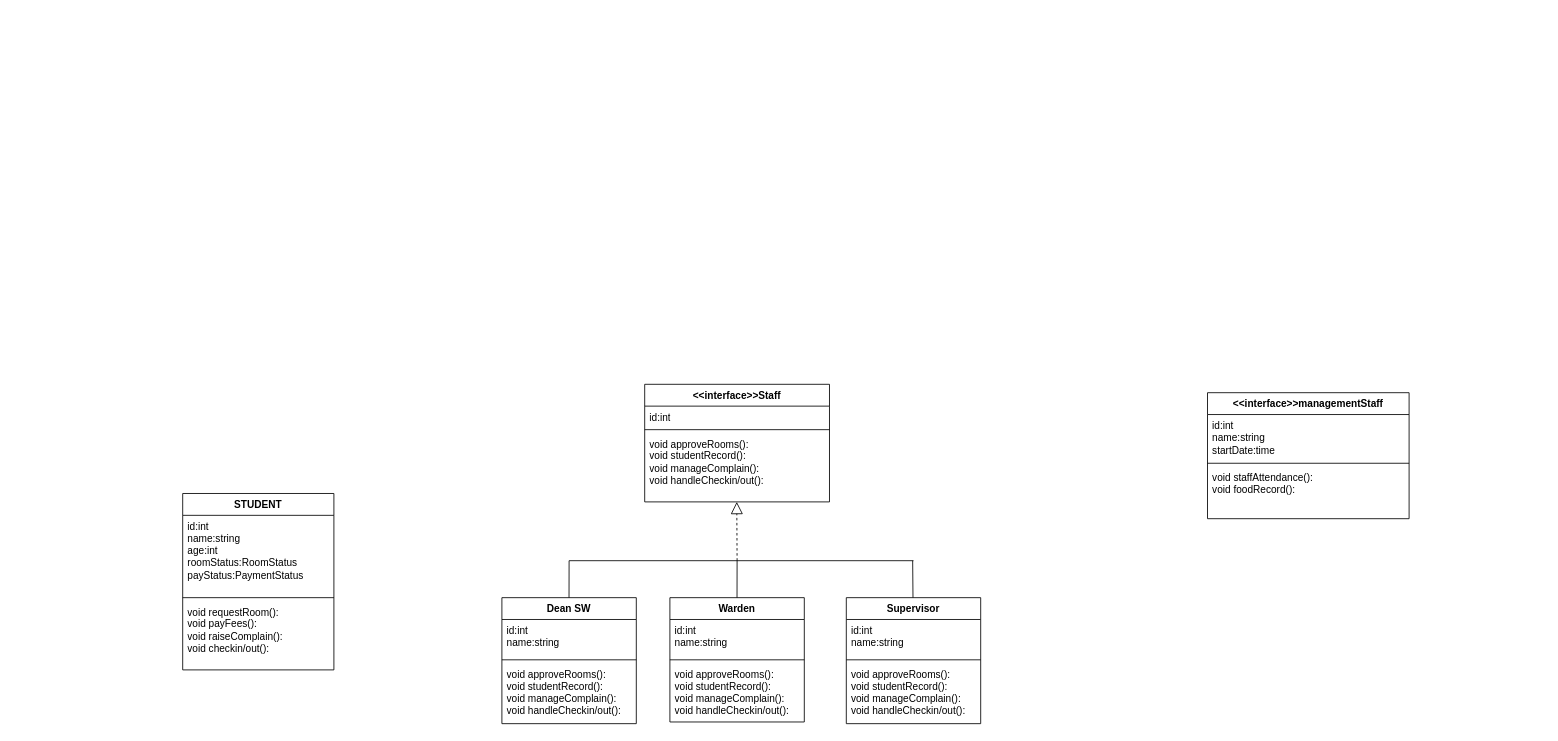
Above: HOSTEL MAN_CLASS_DIAGRAM.drawio in Sumitsingh74/draw.io (draw.io), before the change. Source tidied: cells renumbered, new cells numbered last; positions are measured from the earlier drawing's top-left corner, leaving out a move shared by most shapes. Both pictures are drawn from the tidied source at 84%, with x=0, y=0 at pixel (182, 384).
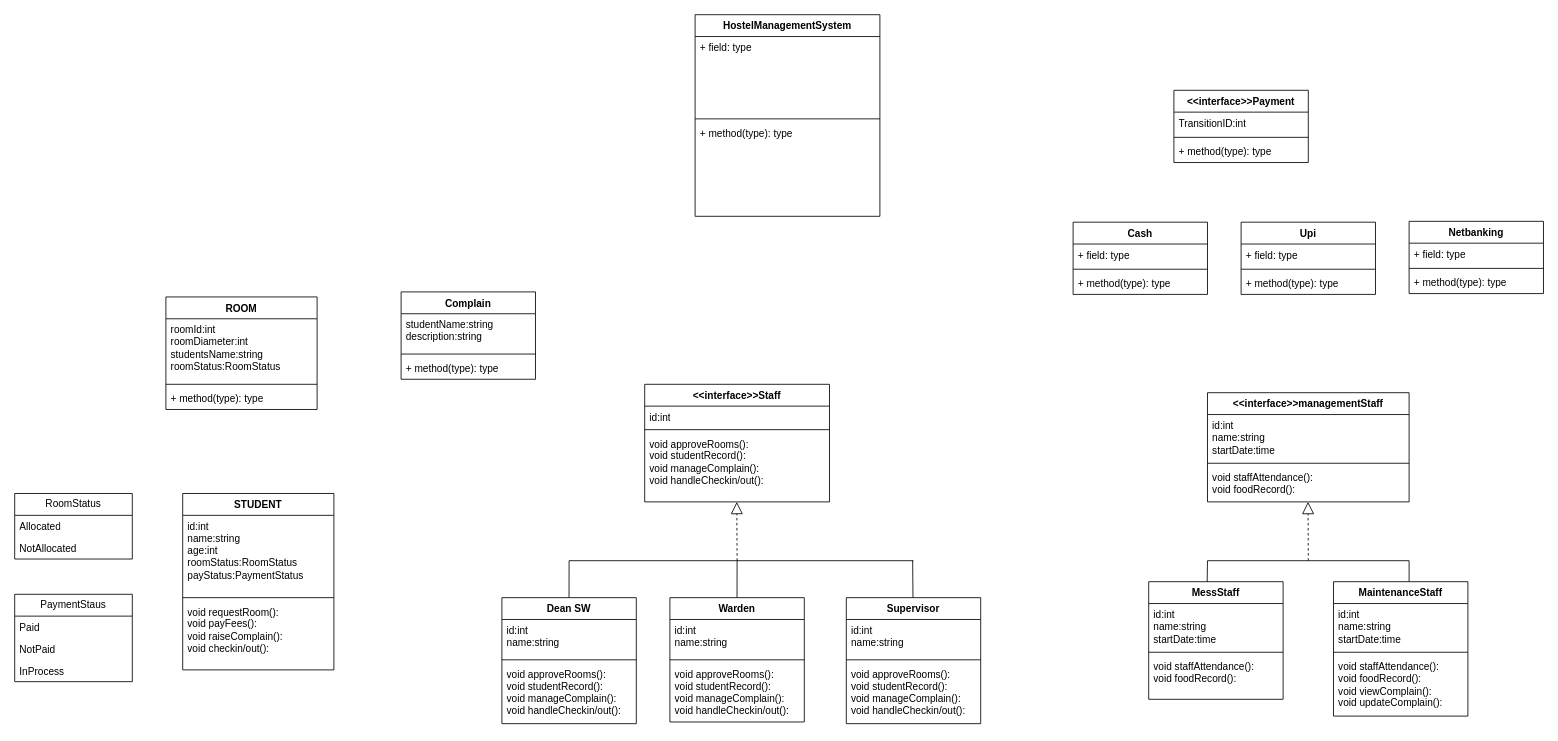
After the change.

Diff of the diagram source:
```diff
@@
     <mxCell id="27" value="&amp;lt;&amp;lt;interface&amp;gt;&amp;gt;managementStaff" style="swimlane;fontStyle=1;align=center;verticalAlign=top;horizontal=1;startSize=26;whiteSpace=wrap;html=1;" parent="1" vertex="1">
-      <mxGeometry x="1220" y="10" width="240" height="150" as="geometry" />
+      <mxGeometry x="1220" y="10" width="240" height="130" as="geometry" />
     </mxCell>
@@
     <mxCell id="30" value="void staffAttendance():&lt;div&gt;void foodRecord():&lt;/div&gt;" style="text;strokeColor=none;fillColor=none;align=left;verticalAlign=top;spacingLeft=4;spacingRight=4;overflow=hidden;whiteSpace=wrap;html=1;" parent="27" vertex="1">
-      <mxGeometry y="88" width="240" height="62" as="geometry" />
+      <mxGeometry y="88" width="240" height="42" as="geometry" />
     </mxCell>
+    <mxCell id="31" value="MessStaff" style="swimlane;fontStyle=1;align=center;verticalAlign=top;horizontal=1;startSize=26;whiteSpace=wrap;html=1;" parent="1" vertex="1">
+      <mxGeometry x="1150" y="235" width="160" height="140" as="geometry" />
+    </mxCell>
+    <mxCell id="32" value="id:int&lt;div&gt;name:string&lt;/div&gt;&lt;div&gt;startDate:time&lt;/div&gt;" style="text;strokeColor=none;fillColor=none;align=left;verticalAlign=top;spacingLeft=4;spacingRight=4;overflow=hidden;whiteSpace=wrap;html=1;" parent="31" vertex="1">
+      <mxGeometry y="26" width="160" height="54" as="geometry" />
+    </mxCell>
+    <mxCell id="33" style="line;strokeWidth=1;fillColor=none;align=left;verticalAlign=middle;spacingTop=-1;spacingLeft=3;spacingRight=3;labelPosition=right;strokeColor=inherit;" parent="31" vertex="1">
+      <mxGeometry y="80" width="160" height="8" as="geometry" />
+    </mxCell>
+    <mxCell id="34" value="void staffAttendance():&lt;div&gt;void foodRecord():&lt;/div&gt;" style="text;strokeColor=none;fillColor=none;align=left;verticalAlign=top;spacingLeft=4;spacingRight=4;overflow=hidden;whiteSpace=wrap;html=1;" parent="31" vertex="1">
+      <mxGeometry y="88" width="160" height="52" as="geometry" />
+    </mxCell>
+    <mxCell id="35" value="MaintenanceStaff&lt;div&gt;&lt;br style=&quot;font-weight: 400;&quot;&gt;&lt;/div&gt;" style="swimlane;fontStyle=1;align=center;verticalAlign=top;horizontal=1;startSize=26;whiteSpace=wrap;html=1;" parent="1" vertex="1">
+      <mxGeometry x="1370" y="235" width="160" height="160" as="geometry" />
+    </mxCell>
+    <mxCell id="36" value="id:int&lt;div&gt;name:string&lt;/div&gt;&lt;div&gt;startDate:time&lt;/div&gt;" style="text;strokeColor=none;fillColor=none;align=left;verticalAlign=top;spacingLeft=4;spacingRight=4;overflow=hidden;whiteSpace=wrap;html=1;" parent="35" vertex="1">
+      <mxGeometry y="26" width="160" height="54" as="geometry" />
+    </mxCell>
+    <mxCell id="37" style="line;strokeWidth=1;fillColor=none;align=left;verticalAlign=middle;spacingTop=-1;spacingLeft=3;spacingRight=3;labelPosition=right;strokeColor=inherit;" parent="35" vertex="1">
+      <mxGeometry y="80" width="160" height="8" as="geometry" />
+    </mxCell>
+    <mxCell id="38" value="void staffAttendance():&lt;div&gt;void foodRecord():&lt;/div&gt;&lt;div&gt;void viewComplain():&lt;/div&gt;&lt;div&gt;void updateComplain():&lt;/div&gt;" style="text;strokeColor=none;fillColor=none;align=left;verticalAlign=top;spacingLeft=4;spacingRight=4;overflow=hidden;whiteSpace=wrap;html=1;" parent="35" vertex="1">
+      <mxGeometry y="88" width="160" height="72" as="geometry" />
+    </mxCell>
+    <mxCell id="39" style="endArrow=none;html=1;rounded=0;exitX=0.435;exitY=0.002;exitDx=0;exitDy=0;exitPerimeter=0;" parent="1" edge="1" source="31">
+      <mxGeometry relative="1" as="geometry">
+        <mxPoint x="1460" y="235" as="targetPoint" />
+        <Array as="points">
+          <mxPoint x="1220" y="210" />
+          <mxPoint x="1460" y="210" />
+        </Array>
+      </mxGeometry>
+    </mxCell>
+    <mxCell id="40" style="endArrow=block;dashed=1;endFill=0;endSize=12;html=1;rounded=0;" parent="1" edge="1">
+      <mxGeometry relative="1" as="geometry">
+        <mxPoint x="1340" y="210" as="sourcePoint" />
+        <mxPoint x="1339.7" y="140" as="targetPoint" />
+      </mxGeometry>
+    </mxCell>
+    <mxCell id="41" value="RoomStatus" style="swimlane;fontStyle=0;horizontal=1;startSize=26;fillColor=none;whiteSpace=wrap;html=1;" parent="1" vertex="1">
+      <mxGeometry x="-200" y="130" width="140" height="78" as="geometry" />
+    </mxCell>
+    <mxCell id="42" value="Allocated" style="text;strokeColor=none;fillColor=none;align=left;verticalAlign=top;spacingLeft=4;spacingRight=4;overflow=hidden;whiteSpace=wrap;html=1;" parent="41" vertex="1">
+      <mxGeometry y="26" width="140" height="26" as="geometry" />
+    </mxCell>
+    <mxCell id="43" value="NotAllocated" style="text;strokeColor=none;fillColor=none;align=left;verticalAlign=top;spacingLeft=4;spacingRight=4;overflow=hidden;whiteSpace=wrap;html=1;" parent="41" vertex="1">
+      <mxGeometry y="52" width="140" height="26" as="geometry" />
+    </mxCell>
+    <mxCell id="44" value="PaymentStaus" style="swimlane;fontStyle=0;horizontal=1;startSize=26;fillColor=none;whiteSpace=wrap;html=1;" parent="1" vertex="1">
+      <mxGeometry x="-200" y="250" width="140" height="104" as="geometry" />
+    </mxCell>
+    <mxCell id="45" value="Paid" style="text;strokeColor=none;fillColor=none;align=left;verticalAlign=top;spacingLeft=4;spacingRight=4;overflow=hidden;whiteSpace=wrap;html=1;" parent="44" vertex="1">
+      <mxGeometry y="26" width="140" height="26" as="geometry" />
+    </mxCell>
+    <mxCell id="46" value="NotPaid" style="text;strokeColor=none;fillColor=none;align=left;verticalAlign=top;spacingLeft=4;spacingRight=4;overflow=hidden;whiteSpace=wrap;html=1;" parent="44" vertex="1">
+      <mxGeometry y="52" width="140" height="26" as="geometry" />
+    </mxCell>
+    <mxCell id="47" value="InProcess" style="text;strokeColor=none;fillColor=none;align=left;verticalAlign=top;spacingLeft=4;spacingRight=4;overflow=hidden;whiteSpace=wrap;html=1;" parent="44" vertex="1">
+      <mxGeometry y="78" width="140" height="26" as="geometry" />
+    </mxCell>
+    <mxCell id="48" value="ROOM" style="swimlane;fontStyle=1;align=center;verticalAlign=top;horizontal=1;startSize=26;whiteSpace=wrap;html=1;" parent="1" vertex="1">
+      <mxGeometry x="-20" y="-104" width="180" height="134" as="geometry" />
+    </mxCell>
+    <mxCell id="49" value="roomId:int&lt;div&gt;roomDiameter:int&lt;/div&gt;&lt;div&gt;studentsName:string&lt;/div&gt;&lt;div&gt;roomStatus:RoomStatus&lt;/div&gt;" style="text;strokeColor=none;fillColor=none;align=left;verticalAlign=top;spacingLeft=4;spacingRight=4;overflow=hidden;whiteSpace=wrap;html=1;" parent="48" vertex="1">
+      <mxGeometry y="26" width="180" height="74" as="geometry" />
+    </mxCell>
+    <mxCell id="50" style="line;strokeWidth=1;fillColor=none;align=left;verticalAlign=middle;spacingTop=-1;spacingLeft=3;spacingRight=3;labelPosition=right;strokeColor=inherit;" parent="48" vertex="1">
+      <mxGeometry y="100" width="180" height="8" as="geometry" />
+    </mxCell>
+    <mxCell id="51" value="+ method(type): type" style="text;strokeColor=none;fillColor=none;align=left;verticalAlign=top;spacingLeft=4;spacingRight=4;overflow=hidden;whiteSpace=wrap;html=1;" parent="48" vertex="1">
+      <mxGeometry y="108" width="180" height="26" as="geometry" />
+    </mxCell>
+    <mxCell id="52" value="Complain" style="swimlane;fontStyle=1;align=center;verticalAlign=top;horizontal=1;startSize=26;whiteSpace=wrap;html=1;" parent="1" vertex="1">
+      <mxGeometry x="260" y="-110" width="160" height="104" as="geometry" />
+    </mxCell>
+    <mxCell id="53" value="studentName:string&lt;div&gt;description:string&lt;/div&gt;" style="text;strokeColor=none;fillColor=none;align=left;verticalAlign=top;spacingLeft=4;spacingRight=4;overflow=hidden;whiteSpace=wrap;html=1;" parent="52" vertex="1">
+      <mxGeometry y="26" width="160" height="44" as="geometry" />
+    </mxCell>
+    <mxCell id="54" style="line;strokeWidth=1;fillColor=none;align=left;verticalAlign=middle;spacingTop=-1;spacingLeft=3;spacingRight=3;labelPosition=right;strokeColor=inherit;" parent="52" vertex="1">
+      <mxGeometry y="70" width="160" height="8" as="geometry" />
+    </mxCell>
+    <mxCell id="55" value="+ method(type): type" style="text;strokeColor=none;fillColor=none;align=left;verticalAlign=top;spacingLeft=4;spacingRight=4;overflow=hidden;whiteSpace=wrap;html=1;" parent="52" vertex="1">
+      <mxGeometry y="78" width="160" height="26" as="geometry" />
+    </mxCell>
+    <mxCell id="56" value="&amp;lt;&amp;lt;interface&amp;gt;&amp;gt;Payment" style="swimlane;fontStyle=1;align=center;verticalAlign=top;horizontal=1;startSize=26;whiteSpace=wrap;html=1;" parent="1" vertex="1">
+      <mxGeometry x="1180" y="-350" width="160" height="86" as="geometry" />
+    </mxCell>
+    <mxCell id="57" value="TransitionID:int" style="text;strokeColor=none;fillColor=none;align=left;verticalAlign=top;spacingLeft=4;spacingRight=4;overflow=hidden;whiteSpace=wrap;html=1;" parent="56" vertex="1">
+      <mxGeometry y="26" width="160" height="26" as="geometry" />
+    </mxCell>
+    <mxCell id="58" style="line;strokeWidth=1;fillColor=none;align=left;verticalAlign=middle;spacingTop=-1;spacingLeft=3;spacingRight=3;labelPosition=right;strokeColor=inherit;" parent="56" vertex="1">
+      <mxGeometry y="52" width="160" height="8" as="geometry" />
+    </mxCell>
+    <mxCell id="59" value="+ method(type): type" style="text;strokeColor=none;fillColor=none;align=left;verticalAlign=top;spacingLeft=4;spacingRight=4;overflow=hidden;whiteSpace=wrap;html=1;" parent="56" vertex="1">
+      <mxGeometry y="60" width="160" height="26" as="geometry" />
+    </mxCell>
+    <mxCell id="60" value="Cash" style="swimlane;fontStyle=1;align=center;verticalAlign=top;horizontal=1;startSize=26;whiteSpace=wrap;html=1;" parent="1" vertex="1">
+      <mxGeometry x="1060" y="-193" width="160" height="86" as="geometry" />
+    </mxCell>
+    <mxCell id="61" value="+ field: type" style="text;strokeColor=none;fillColor=none;align=left;verticalAlign=top;spacingLeft=4;spacingRight=4;overflow=hidden;whiteSpace=wrap;html=1;" parent="60" vertex="1">
+      <mxGeometry y="26" width="160" height="26" as="geometry" />
+    </mxCell>
+    <mxCell id="62" style="line;strokeWidth=1;fillColor=none;align=left;verticalAlign=middle;spacingTop=-1;spacingLeft=3;spacingRight=3;labelPosition=right;strokeColor=inherit;" parent="60" vertex="1">
+      <mxGeometry y="52" width="160" height="8" as="geometry" />
+    </mxCell>
+    <mxCell id="63" value="+ method(type): type" style="text;strokeColor=none;fillColor=none;align=left;verticalAlign=top;spacingLeft=4;spacingRight=4;overflow=hidden;whiteSpace=wrap;html=1;" parent="60" vertex="1">
+      <mxGeometry y="60" width="160" height="26" as="geometry" />
+    </mxCell>
+    <mxCell id="64" value="Upi" style="swimlane;fontStyle=1;align=center;verticalAlign=top;horizontal=1;startSize=26;whiteSpace=wrap;html=1;" parent="1" vertex="1">
+      <mxGeometry x="1260" y="-193" width="160" height="86" as="geometry" />
+    </mxCell>
+    <mxCell id="65" value="+ field: type" style="text;strokeColor=none;fillColor=none;align=left;verticalAlign=top;spacingLeft=4;spacingRight=4;overflow=hidden;whiteSpace=wrap;html=1;" parent="64" vertex="1">
+      <mxGeometry y="26" width="160" height="26" as="geometry" />
+    </mxCell>
+    <mxCell id="66" style="line;strokeWidth=1;fillColor=none;align=left;verticalAlign=middle;spacingTop=-1;spacingLeft=3;spacingRight=3;labelPosition=right;strokeColor=inherit;" parent="64" vertex="1">
+      <mxGeometry y="52" width="160" height="8" as="geometry" />
+    </mxCell>
+    <mxCell id="67" value="+ method(type): type" style="text;strokeColor=none;fillColor=none;align=left;verticalAlign=top;spacingLeft=4;spacingRight=4;overflow=hidden;whiteSpace=wrap;html=1;" parent="64" vertex="1">
+      <mxGeometry y="60" width="160" height="26" as="geometry" />
+    </mxCell>
+    <mxCell id="68" value="Netbanking" style="swimlane;fontStyle=1;align=center;verticalAlign=top;horizontal=1;startSize=26;whiteSpace=wrap;html=1;" parent="1" vertex="1">
+      <mxGeometry x="1460" y="-194" width="160" height="86" as="geometry" />
+    </mxCell>
+    <mxCell id="69" value="+ field: type" style="text;strokeColor=none;fillColor=none;align=left;verticalAlign=top;spacingLeft=4;spacingRight=4;overflow=hidden;whiteSpace=wrap;html=1;" parent="68" vertex="1">
+      <mxGeometry y="26" width="160" height="26" as="geometry" />
+    </mxCell>
+    <mxCell id="70" style="line;strokeWidth=1;fillColor=none;align=left;verticalAlign=middle;spacingTop=-1;spacingLeft=3;spacingRight=3;labelPosition=right;strokeColor=inherit;" parent="68" vertex="1">
+      <mxGeometry y="52" width="160" height="8" as="geometry" />
+    </mxCell>
+    <mxCell id="71" value="+ method(type): type" style="text;strokeColor=none;fillColor=none;align=left;verticalAlign=top;spacingLeft=4;spacingRight=4;overflow=hidden;whiteSpace=wrap;html=1;" parent="68" vertex="1">
+      <mxGeometry y="60" width="160" height="26" as="geometry" />
+    </mxCell>
+    <mxCell id="72" value="HostelManagementSystem" style="swimlane;fontStyle=1;align=center;verticalAlign=top;horizontal=1;startSize=26;whiteSpace=wrap;html=1;" parent="1" vertex="1">
+      <mxGeometry x="610" y="-440" width="220" height="240" as="geometry" />
+    </mxCell>
+    <mxCell id="73" value="+ field: type" style="text;strokeColor=none;fillColor=none;align=left;verticalAlign=top;spacingLeft=4;spacingRight=4;overflow=hidden;whiteSpace=wrap;html=1;" parent="72" vertex="1">
+      <mxGeometry y="26" width="220" height="94" as="geometry" />
+    </mxCell>
+    <mxCell id="74" style="line;strokeWidth=1;fillColor=none;align=left;verticalAlign=middle;spacingTop=-1;spacingLeft=3;spacingRight=3;labelPosition=right;strokeColor=inherit;" parent="72" vertex="1">
+      <mxGeometry y="120" width="220" height="8" as="geometry" />
+    </mxCell>
+    <mxCell id="75" value="+ method(type): type" style="text;strokeColor=none;fillColor=none;align=left;verticalAlign=top;spacingLeft=4;spacingRight=4;overflow=hidden;whiteSpace=wrap;html=1;" parent="72" vertex="1">
+      <mxGeometry y="128" width="220" height="112" as="geometry" />
+    </mxCell>
```
